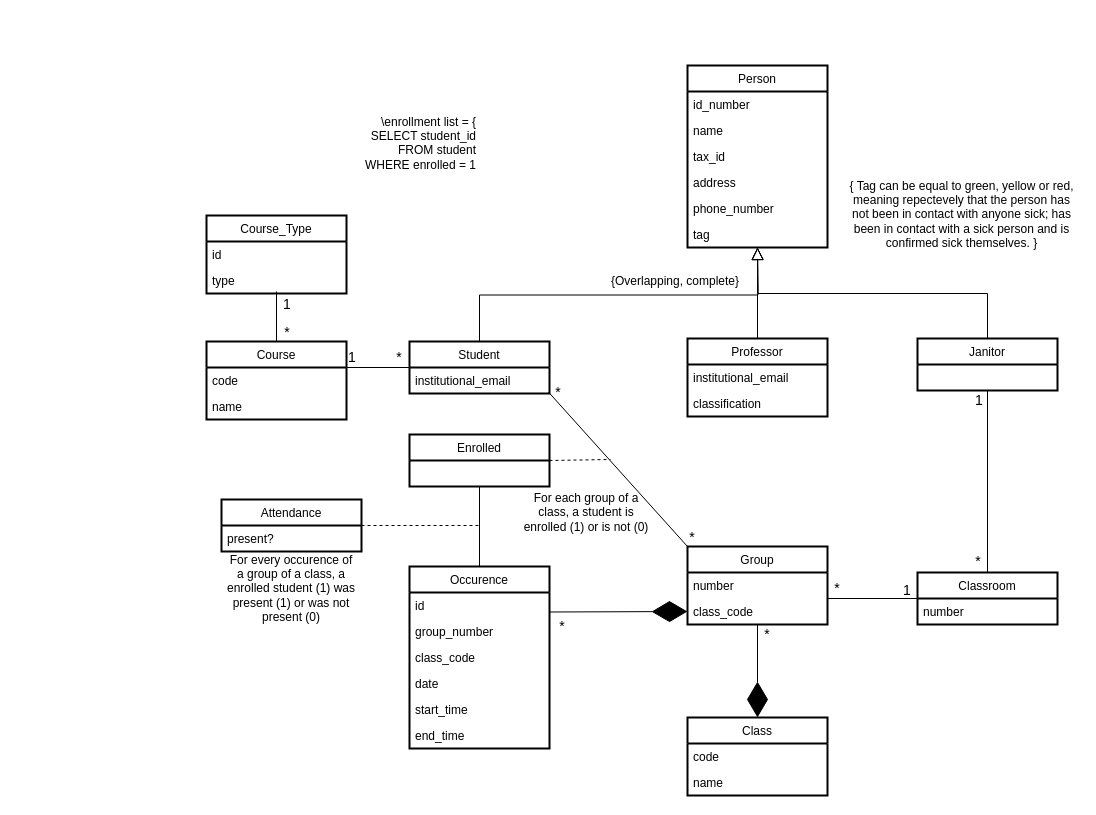
The draw.io diagram uml.drawio in maguinago/Covid-tracker, before the edit. Source tidied: cells renumbered, new cells numbered last; positions are measured from the earlier drawing's top-left corner, leaving out a move shared by most shapes. Both pictures are drawn from the tidied source at 100%, with x=0, y=0 at pixel (206, 65).
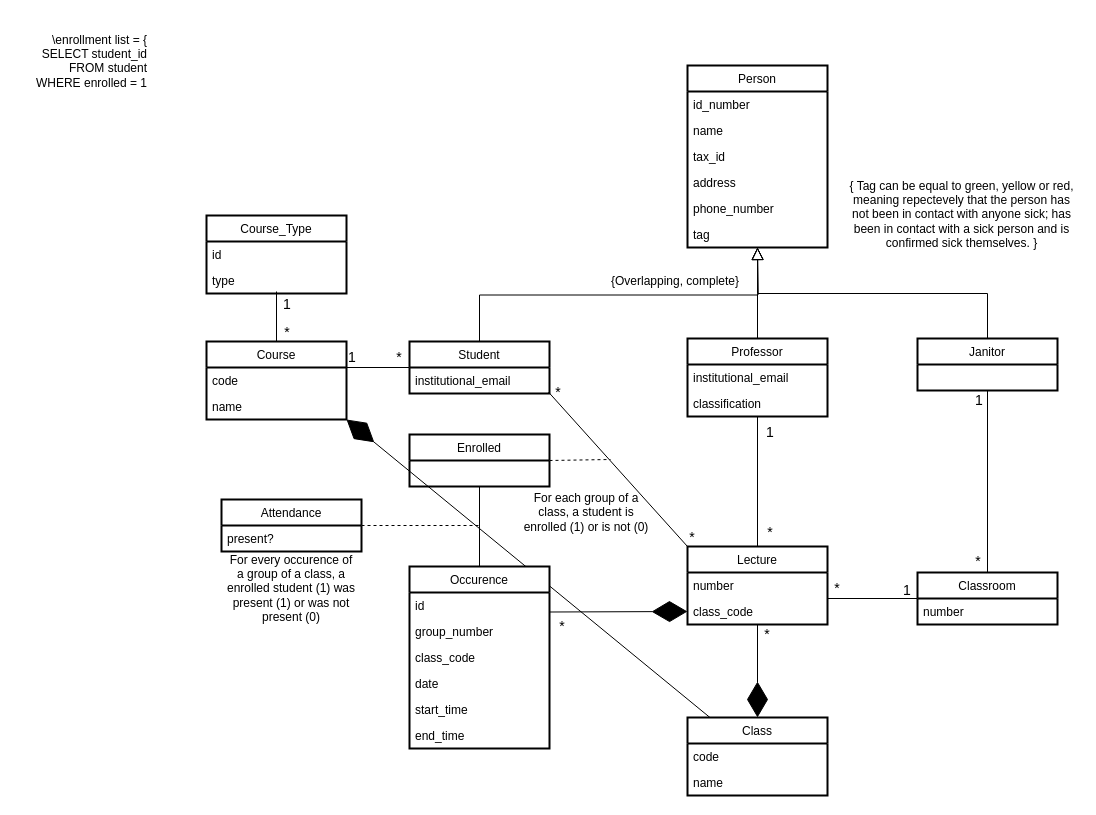
The same page after the edit.

The change refers to these unchanged cells:
```xml
<mxCell id="15" value="Professor" style="swimlane;fontStyle=0;horizontal=1;startSize=26;strokeWidth=2;" parent="1" vertex="1">
  <mxGeometry x="481" y="273" width="140" height="78" as="geometry" />
</mxCell>
<mxCell id="19" value="Class" style="swimlane;fontStyle=0;horizontal=1;startSize=26;strokeWidth=2;" parent="1" vertex="1">
  <mxGeometry x="481" y="652" width="140" height="78" as="geometry" />
</mxCell>
<mxCell id="63" value="Course" style="swimlane;fontStyle=0;horizontal=1;startSize=26;strokeWidth=2;" parent="1" vertex="1">
  <mxGeometry y="276" width="140" height="78" as="geometry" />
</mxCell>
```

Change to the diagram source:
```diff
@@
+    <mxCell id="69" style="edgeStyle=none;rounded=0;jettySize=auto;html=1;exitX=1;exitY=1;exitDx=0;exitDy=0;endArrow=none;endFill=0;endSize=33;startArrow=diamondThin;startFill=1;startSize=33;" parent="1" edge="1" source="63" target="19">
+      <mxGeometry relative="1" as="geometry" />
+    </mxCell>
@@
+    <mxCell id="70" style="edgeStyle=none;rounded=0;jettySize=auto;html=1;exitX=0.5;exitY=1;exitDx=0;exitDy=0;entryX=0.5;entryY=0;entryDx=0;entryDy=0;endArrow=none;endFill=0;endSize=33;" parent="1" edge="1" source="15" target="24">
+      <mxGeometry relative="1" as="geometry" />
+    </mxCell>
@@
-    <mxCell id="24" value="Group" style="swimlane;fontStyle=0;horizontal=1;startSize=26;strokeWidth=2;" parent="1" vertex="1">
+    <mxCell id="24" value="Lecture" style="swimlane;fontStyle=0;horizontal=1;startSize=26;strokeWidth=2;" parent="1" vertex="1">
       <mxGeometry x="481" y="481" width="140" height="78" as="geometry" />
     </mxCell>
@@
-    <mxCell id="28" value="Enrolled" style="swimlane;fontStyle=0;horizontal=1;startSize=26;strokeWidth=2;" parent="1" vertex="1">
-      <mxGeometry x="203" y="369" width="140" height="52" as="geometry" />
-    </mxCell>
@@
     <mxCell id="68" value="\enrollment list = {&lt;br&gt;SELECT student_id&lt;br&gt;FROM student&lt;br&gt;&lt;span&gt;WHERE enrolled = 1&lt;/span&gt;&lt;br&gt;&lt;div&gt;&lt;span&gt;&amp;nbsp;&lt;/span&gt;&lt;/div&gt;" style="text;html=1;strokeColor=none;fillColor=none;align=right;verticalAlign=middle;whiteSpace=wrap;rounded=0;" parent="1" vertex="1">
-      <mxGeometry x="140" y="34" width="132" height="101" as="geometry" />
+      <mxGeometry x="-189" y="-48" width="132" height="101" as="geometry" />
     </mxCell>
+    <mxCell id="71" value="1" style="text;html=1;strokeColor=none;fillColor=none;align=center;verticalAlign=middle;whiteSpace=wrap;rounded=0;fontSize=14;" parent="1" vertex="1">
+      <mxGeometry x="554" y="357" width="20" height="20" as="geometry" />
+    </mxCell>
+    <mxCell id="72" value="*" style="text;html=1;strokeColor=none;fillColor=none;align=center;verticalAlign=middle;whiteSpace=wrap;rounded=0;fontSize=14;" parent="1" vertex="1">
+      <mxGeometry x="554" y="457" width="20" height="20" as="geometry" />
+    </mxCell>
+    <mxCell id="28" value="Enrolled" style="swimlane;fontStyle=0;horizontal=1;startSize=26;strokeWidth=2;" parent="1" vertex="1">
+      <mxGeometry x="203" y="369" width="140" height="52" as="geometry" />
+    </mxCell>
```
